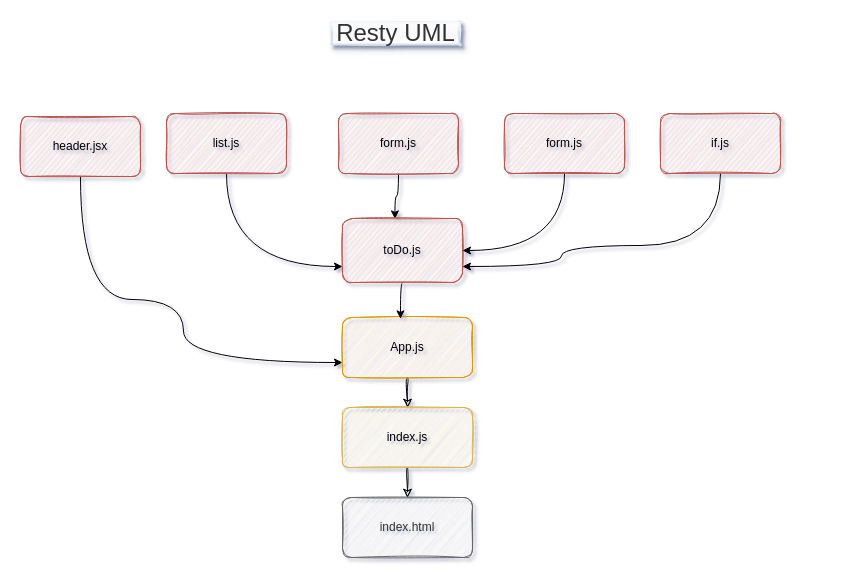
This is Untitled Diagram.drawio from asharabuhelweh/notes, a draw.io file, before an edit. Source tidied: cells renumbered, new cells numbered last; positions are measured from the earlier drawing's top-left corner, leaving out a move shared by most shapes. Both pictures are drawn from the tidied source at 100%, with x=0, y=0 at pixel (20, 22).
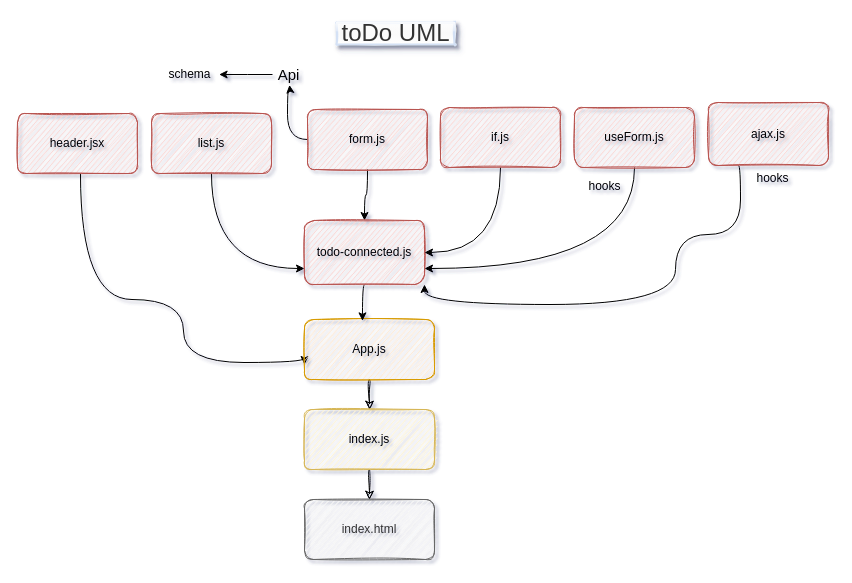
After the change.

The edit, as a diff of the source:
```diff
@@
     <mxCell id="3" value="header.jsx" style="whiteSpace=wrap;html=1;fillColor=#f8cecc;strokeColor=#b85450;sketch=1;rounded=1;" parent="1" vertex="1">
-      <mxGeometry y="94" width="120" height="60" as="geometry" />
+      <mxGeometry x="-3" y="91" width="120" height="60" as="geometry" />
     </mxCell>
-    <mxCell id="4" style="edgeStyle=orthogonalEdgeStyle;curved=1;rounded=0;jettySize=auto;html=1;exitX=0.5;exitY=1;exitDx=0;exitDy=0;entryX=0.437;entryY=0.006;entryDx=0;entryDy=0;entryPerimeter=0;" parent="1" edge="1" source="5" target="13">
+    <mxCell id="4" style="edgeStyle=orthogonalEdgeStyle;curved=1;rounded=0;jettySize=auto;html=1;exitX=0.5;exitY=1;exitDx=0;exitDy=0;entryX=0.5;entryY=0;entryDx=0;entryDy=0;" parent="1" edge="1" source="5" target="13">
       <mxGeometry relative="1" as="geometry" />
     </mxCell>
+    <mxCell id="20" style="edgeStyle=orthogonalEdgeStyle;curved=1;rounded=0;jettySize=auto;html=1;" parent="1" edge="1" source="5">
+      <mxGeometry relative="1" as="geometry">
+        <mxPoint x="269" y="62.4" as="targetPoint" />
+      </mxGeometry>
+    </mxCell>
     <mxCell id="5" value="form.js" style="whiteSpace=wrap;html=1;fillColor=#f8cecc;strokeColor=#b85450;sketch=1;rounded=1;" parent="1" vertex="1">
-      <mxGeometry x="318" y="91" width="120" height="60" as="geometry" />
+      <mxGeometry x="287" y="87" width="120" height="60" as="geometry" />
     </mxCell>
@@
     <mxCell id="7" value="App.js" style="whiteSpace=wrap;html=1;fillColor=#ffe6cc;strokeColor=#d79b00;sketch=1;rounded=1;" parent="1" vertex="1">
-      <mxGeometry x="322" y="295" width="130" height="60" as="geometry" />
+      <mxGeometry x="284" y="297" width="130" height="60" as="geometry" />
     </mxCell>
@@
     <mxCell id="9" value="index.js" style="whiteSpace=wrap;html=1;fillColor=#fff2cc;strokeColor=#d6b656;sketch=1;rounded=1;" parent="1" vertex="1">
-      <mxGeometry x="322" y="385" width="130" height="60" as="geometry" />
+      <mxGeometry x="284" y="387" width="130" height="60" as="geometry" />
     </mxCell>
     <mxCell id="10" value="index.html" style="whiteSpace=wrap;html=1;fillColor=#f5f5f5;strokeColor=#666666;fontColor=#333333;sketch=1;rounded=1;" parent="1" vertex="1">
-      <mxGeometry x="322" y="475" width="130" height="60" as="geometry" />
+      <mxGeometry x="284" y="477" width="130" height="60" as="geometry" />
     </mxCell>
-    <mxCell id="11" value="&lt;font style=&quot;font-size: 24px&quot;&gt;Resty UML&lt;/font&gt;" style="text;html=1;align=center;verticalAlign=middle;strokeWidth=2;fillColor=#f5f5f5;fontColor=#333333;gradientColor=#ffffff;strokeColor=#D4E1F5;rounded=1;glass=1;shadow=1;sketch=1;arcSize=0;" parent="1" vertex="1">
-      <mxGeometry x="311" width="128" height="22" as="geometry" />
+    <mxCell id="11" value="&lt;font style=&quot;font-size: 24px&quot;&gt;toDo UML&lt;/font&gt;" style="text;html=1;align=center;verticalAlign=middle;strokeWidth=2;fillColor=#f5f5f5;fontColor=#333333;gradientColor=#ffffff;strokeColor=#D4E1F5;rounded=1;glass=1;shadow=1;sketch=1;arcSize=0;" parent="1" vertex="1">
+      <mxGeometry x="316" width="118" height="22" as="geometry" />
     </mxCell>
@@
-    <mxCell id="13" value="toDo.js" style="whiteSpace=wrap;html=1;fillColor=#f8cecc;strokeColor=#b85450;sketch=1;rounded=1;" parent="1" vertex="1">
-      <mxGeometry x="322" y="196" width="120" height="64" as="geometry" />
+    <mxCell id="13" value="todo-connected.js" style="whiteSpace=wrap;html=1;fillColor=#f8cecc;strokeColor=#b85450;sketch=1;rounded=1;" parent="1" vertex="1">
+      <mxGeometry x="284" y="198" width="120" height="64" as="geometry" />
     </mxCell>
@@
     <mxCell id="15" value="list.js" style="whiteSpace=wrap;html=1;fillColor=#f8cecc;strokeColor=#b85450;sketch=1;rounded=1;" parent="1" vertex="1">
-      <mxGeometry x="146" y="91" width="120" height="60" as="geometry" />
+      <mxGeometry x="131" y="91" width="120" height="60" as="geometry" />
     </mxCell>
-    <mxCell id="16" style="edgeStyle=orthogonalEdgeStyle;curved=1;rounded=0;jettySize=auto;html=1;exitX=0.5;exitY=1;exitDx=0;exitDy=0;entryX=1;entryY=0.5;entryDx=0;entryDy=0;" parent="1" edge="1" source="17" target="13">
-      <mxGeometry relative="1" as="geometry" />
-    </mxCell>
-    <mxCell id="17" value="form.js" style="whiteSpace=wrap;html=1;fillColor=#f8cecc;strokeColor=#b85450;sketch=1;rounded=1;" parent="1" vertex="1">
-      <mxGeometry x="484" y="91" width="120" height="60" as="geometry" />
-    </mxCell>
-    <mxCell id="18" style="edgeStyle=orthogonalEdgeStyle;curved=1;rounded=0;jettySize=auto;html=1;entryX=1;entryY=0.75;entryDx=0;entryDy=0;" parent="1" edge="1" source="19" target="13">
-      <mxGeometry relative="1" as="geometry">
-        <Array as="points">
-          <mxPoint x="700" y="223" />
-          <mxPoint x="541" y="223" />
-          <mxPoint x="541" y="244" />
-        </Array>
-      </mxGeometry>
+    <mxCell id="18" style="edgeStyle=orthogonalEdgeStyle;curved=1;rounded=0;jettySize=auto;html=1;exitX=0.5;exitY=1;exitDx=0;exitDy=0;entryX=1;entryY=0.5;entryDx=0;entryDy=0;" parent="1" edge="1" source="19" target="13">
+      <mxGeometry relative="1" as="geometry" />
     </mxCell>
     <mxCell id="19" value="if.js" style="whiteSpace=wrap;html=1;fillColor=#f8cecc;strokeColor=#b85450;sketch=1;rounded=1;" parent="1" vertex="1">
-      <mxGeometry x="640" y="91" width="120" height="60" as="geometry" />
+      <mxGeometry x="420" y="85" width="120" height="60" as="geometry" />
     </mxCell>
+    <mxCell id="21" style="edgeStyle=orthogonalEdgeStyle;curved=1;rounded=0;jettySize=auto;html=1;exitX=0.5;exitY=1;exitDx=0;exitDy=0;entryX=1;entryY=0.75;entryDx=0;entryDy=0;" parent="1" edge="1" source="22" target="13">
+      <mxGeometry relative="1" as="geometry" />
+    </mxCell>
+    <mxCell id="22" value="useForm.js" style="whiteSpace=wrap;html=1;fillColor=#f8cecc;strokeColor=#b85450;sketch=1;rounded=1;" parent="1" vertex="1">
+      <mxGeometry x="554" y="85" width="120" height="60" as="geometry" />
+    </mxCell>
+    <mxCell id="23" value="hooks" style="text;html=1;align=center;verticalAlign=middle;strokeColor=none;" parent="1" vertex="1">
+      <mxGeometry x="563" y="155" width="42" height="18" as="geometry" />
+    </mxCell>
+    <mxCell id="24" style="edgeStyle=orthogonalEdgeStyle;curved=1;rounded=0;jettySize=auto;html=1;entryX=1;entryY=1;entryDx=0;entryDy=0;exitX=0.25;exitY=1;exitDx=0;exitDy=0;" parent="1" edge="1" source="25" target="13">
+      <mxGeometry relative="1" as="geometry">
+        <Array as="points">
+          <mxPoint x="720" y="143" />
+          <mxPoint x="720" y="212" />
+          <mxPoint x="655" y="212" />
+          <mxPoint x="655" y="282" />
+          <mxPoint x="404" y="282" />
+        </Array>
+      </mxGeometry>
+    </mxCell>
+    <mxCell id="25" value="ajax.js" style="whiteSpace=wrap;html=1;fillColor=#f8cecc;strokeColor=#b85450;sketch=1;rounded=1;" parent="1" vertex="1">
+      <mxGeometry x="688" y="80" width="120" height="63" as="geometry" />
+    </mxCell>
+    <mxCell id="26" value="hooks" style="text;html=1;align=center;verticalAlign=middle;strokeColor=none;" parent="1" vertex="1">
+      <mxGeometry x="731" y="147" width="42" height="18" as="geometry" />
+    </mxCell>
+    <mxCell id="27" style="edgeStyle=orthogonalEdgeStyle;curved=1;rounded=0;jettySize=auto;html=1;" parent="1" edge="1" source="28">
+      <mxGeometry relative="1" as="geometry">
+        <mxPoint x="198.6" y="52" as="targetPoint" />
+      </mxGeometry>
+    </mxCell>
+    <mxCell id="28" value="&lt;font style=&quot;font-size: 15px&quot;&gt;Api&lt;/font&gt;" style="text;html=1;align=center;verticalAlign=middle;points=[];strokeColor=none;" parent="1" vertex="1">
+      <mxGeometry x="252" y="43" width="32" height="18" as="geometry" />
+    </mxCell>
+    <mxCell id="29" value="schema" style="text;html=1;align=center;verticalAlign=middle;strokeColor=none;" parent="1" vertex="1">
+      <mxGeometry x="143" y="43" width="52" height="18" as="geometry" />
+    </mxCell>
```
